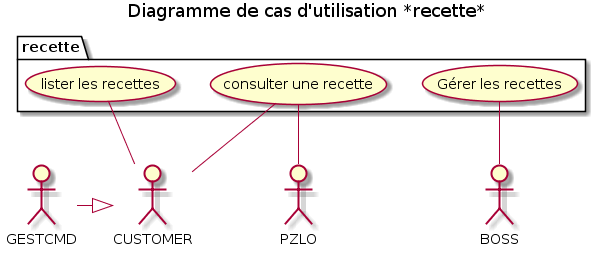
Above: doc/img/03_recette.png in Zepmanbc/oc_dapython_pr4 (PlantUML), before the change.
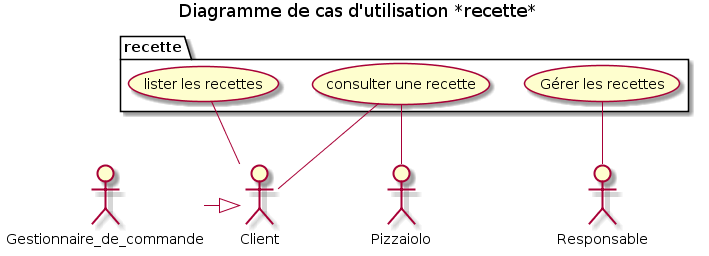
Later version of the same file.

Diff of the diagram source:
```diff
@@ -1,6 +1,10 @@
 @startuml 03_recette
 title Diagramme de cas d'utilisation *recette*
 
+actor Gestionnaire_de_commande as GESTCMD
+actor Client as CUSTOMER
+actor Pizzaiolo as PZLO
+actor Responsable as BOSS
 
 package recette{
     (lister les recettes) as LIST_RECIPES
```
